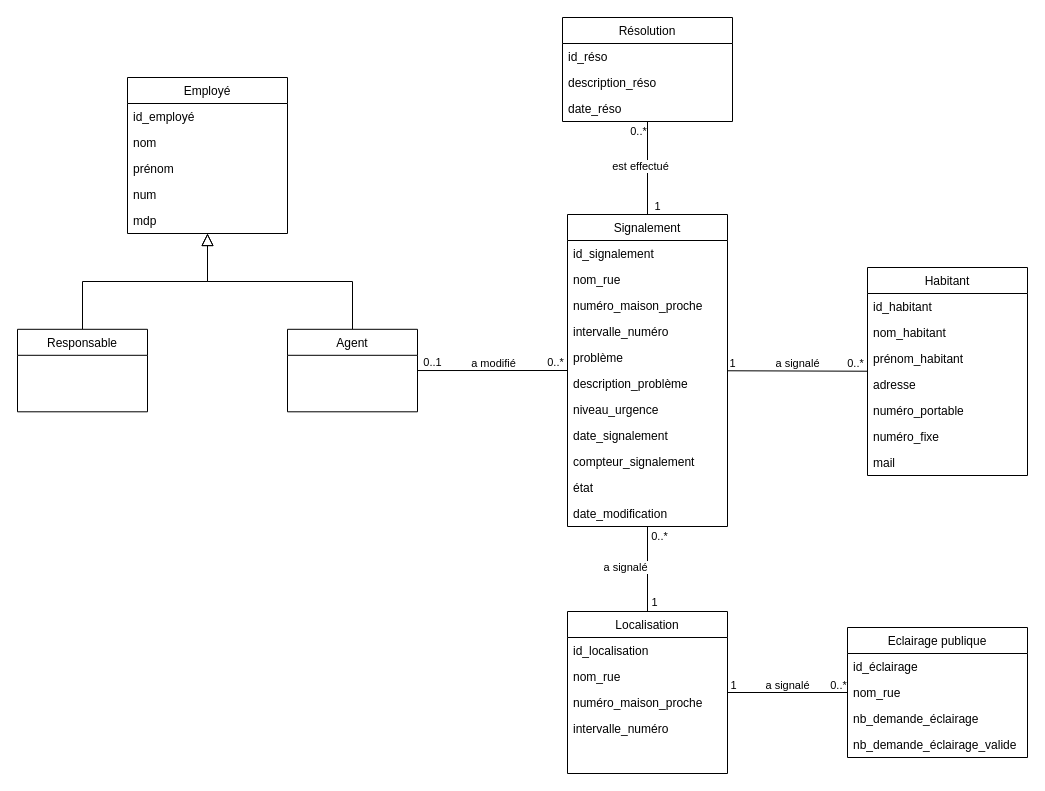
Before: projet_v4.drawio in Igniiis/CSI_Projet, a draw.io diagram. Source tidied: cells renumbered, new cells numbered last; positions are measured from the earlier drawing's top-left corner, leaving out a move shared by most shapes. Both pictures are drawn from the tidied source at 100%, with x=0, y=0 at pixel (17, 17).
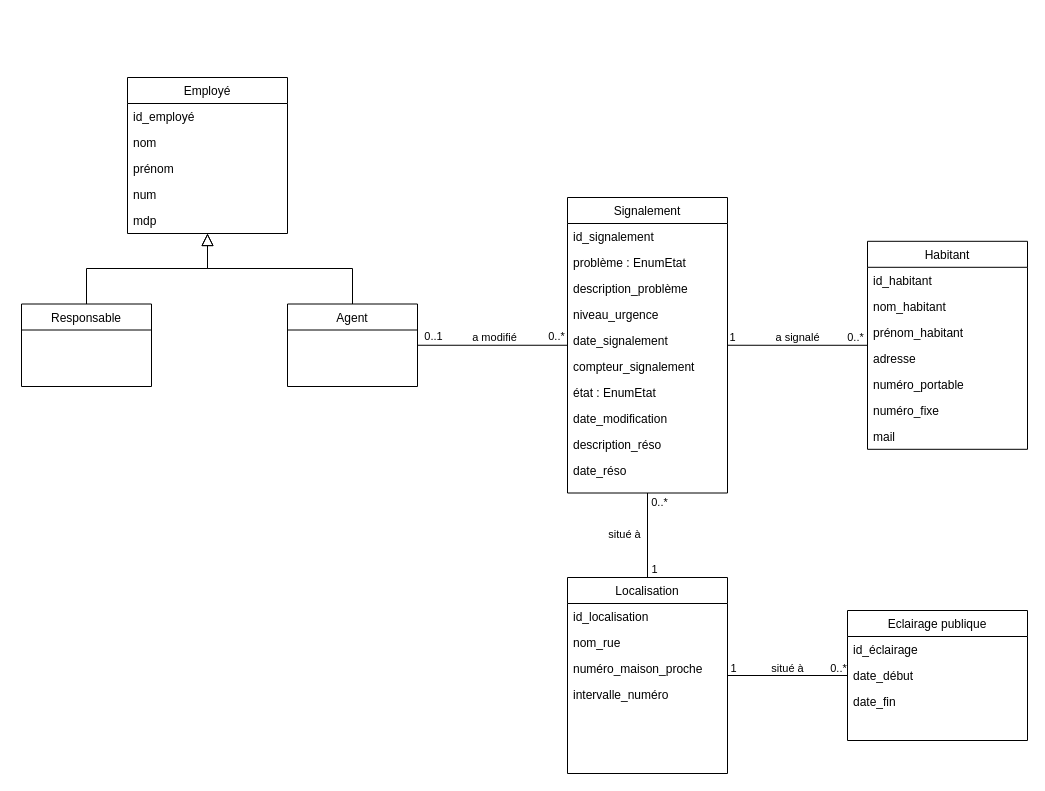
Above is the later version.

Commit message:
Mettre à jour projet_v4.drawio

The change refers to these unchanged cells:
```xml
<mxCell id="58" style="endArrow=none;html=1;rounded=0;" parent="1" edge="1" source="53" target="24">
  <mxGeometry relative="1" as="geometry" />
</mxCell>
<mxCell id="62" style="endArrow=none;html=1;rounded=0;" parent="1" edge="1" source="53" target="3">
  <mxGeometry relative="1" as="geometry" />
</mxCell>
```

Diff of the diagram source:
```diff
@@
     <mxCell id="3" value="Signalement" style="swimlane;fontStyle=0;align=center;verticalAlign=top;horizontal=1;startSize=26;rounded=0;shadow=0;strokeWidth=1;" parent="1" vertex="1">
-      <mxGeometry x="550" y="197" width="160" height="312" as="geometry" />
+      <mxGeometry x="550" y="180" width="160" height="295.5" as="geometry" />
     </mxCell>
@@
-    <mxCell id="5" value="nom_rue" style="text;align=left;verticalAlign=top;spacingLeft=4;spacingRight=4;overflow=hidden;" parent="3" vertex="1">
-      <mxGeometry y="52" width="160" height="26" as="geometry" />
-    </mxCell>
-    <mxCell id="6" value="numéro_maison_proche" style="text;align=left;verticalAlign=top;spacingLeft=4;spacingRight=4;overflow=hidden;rounded=0;shadow=0;html=0;" parent="3" vertex="1">
-      <mxGeometry y="78" width="160" height="26" as="geometry" />
-    </mxCell>
-    <mxCell id="7" value="intervalle_numéro" style="text;align=left;verticalAlign=top;spacingLeft=4;spacingRight=4;overflow=hidden;rounded=0;shadow=0;html=0;" parent="3" vertex="1">
-      <mxGeometry y="104" width="160" height="26" as="geometry" />
-    </mxCell>
-    <mxCell id="8" value="problème" style="text;align=left;verticalAlign=top;spacingLeft=4;spacingRight=4;overflow=hidden;rounded=0;shadow=0;html=0;" parent="3" vertex="1">
-      <mxGeometry y="130" width="160" height="26" as="geometry" />
+    <mxCell id="8" value="problème : EnumEtat" style="text;align=left;verticalAlign=top;spacingLeft=4;spacingRight=4;overflow=hidden;rounded=0;shadow=0;html=0;" parent="3" vertex="1">
+      <mxGeometry y="52" width="160" height="26" as="geometry" />
     </mxCell>
     <mxCell id="9" value="description_problème" style="text;align=left;verticalAlign=top;spacingLeft=4;spacingRight=4;overflow=hidden;rounded=0;shadow=0;html=0;" parent="3" vertex="1">
-      <mxGeometry y="156" width="160" height="26" as="geometry" />
+      <mxGeometry y="78" width="160" height="26" as="geometry" />
     </mxCell>
     <mxCell id="10" value="niveau_urgence" style="text;align=left;verticalAlign=top;spacingLeft=4;spacingRight=4;overflow=hidden;" parent="3" vertex="1">
-      <mxGeometry y="182" width="160" height="26" as="geometry" />
+      <mxGeometry y="104" width="160" height="26" as="geometry" />
     </mxCell>
     <mxCell id="11" value="date_signalement" style="text;align=left;verticalAlign=top;spacingLeft=4;spacingRight=4;overflow=hidden;" parent="3" vertex="1">
-      <mxGeometry y="208" width="160" height="26" as="geometry" />
+      <mxGeometry y="130" width="160" height="26" as="geometry" />
     </mxCell>
     <mxCell id="12" value="compteur_signalement" style="text;align=left;verticalAlign=top;spacingLeft=4;spacingRight=4;overflow=hidden;" parent="3" vertex="1">
-      <mxGeometry y="234" width="160" height="26" as="geometry" />
+      <mxGeometry y="156" width="160" height="26" as="geometry" />
     </mxCell>
-    <mxCell id="13" value="état" style="text;align=left;verticalAlign=top;spacingLeft=4;spacingRight=4;overflow=hidden;" parent="3" vertex="1">
-      <mxGeometry y="260" width="160" height="26" as="geometry" />
+    <mxCell id="13" value="état : EnumEtat" style="text;align=left;verticalAlign=top;spacingLeft=4;spacingRight=4;overflow=hidden;" parent="3" vertex="1">
+      <mxGeometry y="182" width="160" height="26" as="geometry" />
     </mxCell>
     <mxCell id="14" value="date_modification" style="text;align=left;verticalAlign=top;spacingLeft=4;spacingRight=4;overflow=hidden;" parent="3" vertex="1">
-      <mxGeometry y="286" width="160" height="26" as="geometry" />
+      <mxGeometry y="208" width="160" height="26" as="geometry" />
     </mxCell>
+    <mxCell id="47" value="description_réso" style="text;align=left;verticalAlign=top;spacingLeft=4;spacingRight=4;overflow=hidden;" parent="3" vertex="1">
+      <mxGeometry y="234" width="160" height="26" as="geometry" />
+    </mxCell>
+    <mxCell id="48" value="date_réso" style="text;align=left;verticalAlign=top;spacingLeft=4;spacingRight=4;overflow=hidden;" parent="3" vertex="1">
+      <mxGeometry y="260" width="160" height="26" as="geometry" />
+    </mxCell>
     <mxCell id="15" value="Habitant" style="swimlane;fontStyle=0;align=center;verticalAlign=top;horizontal=1;startSize=26;rounded=0;shadow=0;strokeWidth=1;" parent="1" vertex="1">
-      <mxGeometry x="850" y="250" width="160" height="208" as="geometry" />
+      <mxGeometry x="850" y="223.8" width="160" height="208" as="geometry" />
     </mxCell>
@@
     <mxCell id="23" value="Agent" style="swimlane;fontStyle=0;align=center;verticalAlign=top;horizontal=1;startSize=26;rounded=0;shadow=0;strokeWidth=1;" parent="1" vertex="1">
-      <mxGeometry x="270" y="311.8" width="130" height="82.5" as="geometry" />
+      <mxGeometry x="270" y="286.5" width="130" height="82.5" as="geometry" />
     </mxCell>
     <mxCell id="24" value="Eclairage publique" style="swimlane;fontStyle=0;align=center;verticalAlign=top;horizontal=1;startSize=26;rounded=0;shadow=0;strokeWidth=1;" parent="1" vertex="1">
-      <mxGeometry x="830" y="610" width="180" height="130" as="geometry" />
+      <mxGeometry x="830" y="593" width="180" height="130" as="geometry" />
     </mxCell>
@@
-    <mxCell id="26" value="nom_rue" style="text;align=left;verticalAlign=top;spacingLeft=4;spacingRight=4;overflow=hidden;" parent="24" vertex="1">
-      <mxGeometry y="52" width="180" height="26" as="geometry" />
-    </mxCell>
-    <mxCell id="27" value="nb_demande_éclairage" style="text;align=left;verticalAlign=top;spacingLeft=4;spacingRight=4;overflow=hidden;rounded=0;shadow=0;html=0;" parent="24" vertex="1">
-      <mxGeometry y="78" width="180" height="26" as="geometry" />
-    </mxCell>
-    <mxCell id="28" value="nb_demande_éclairage_valide" style="text;align=left;verticalAlign=top;spacingLeft=4;spacingRight=4;overflow=hidden;rounded=0;shadow=0;html=0;" parent="24" vertex="1">
-      <mxGeometry y="104" width="180" height="26" as="geometry" />
+    <mxCell id="28" value="date_début" style="text;align=left;verticalAlign=top;spacingLeft=4;spacingRight=4;overflow=hidden;rounded=0;shadow=0;html=0;" parent="24" vertex="1">
+      <mxGeometry y="52" width="180" height="26" as="geometry" />
     </mxCell>
+    <mxCell id="66" value="date_fin" style="text;align=left;verticalAlign=top;spacingLeft=4;spacingRight=4;overflow=hidden;rounded=0;shadow=0;html=0;" parent="24" vertex="1">
+      <mxGeometry y="78" width="180" height="26" as="geometry" />
+    </mxCell>
@@
     <mxCell id="44" value="Responsable" style="swimlane;fontStyle=0;align=center;verticalAlign=top;horizontal=1;startSize=26;rounded=0;shadow=0;strokeWidth=1;" parent="1" vertex="1">
-      <mxGeometry y="311.8" width="130" height="82.5" as="geometry" />
+      <mxGeometry x="4" y="286.5" width="130" height="82.5" as="geometry" />
     </mxCell>
-    <mxCell id="45" value="Résolution" style="swimlane;fontStyle=0;align=center;verticalAlign=top;horizontal=1;startSize=26;rounded=0;shadow=0;strokeWidth=1;" parent="1" vertex="1">
-      <mxGeometry x="545" width="170" height="104" as="geometry" />
-    </mxCell>
-    <mxCell id="46" value="id_réso" style="text;align=left;verticalAlign=top;spacingLeft=4;spacingRight=4;overflow=hidden;" parent="45" vertex="1">
-      <mxGeometry y="26" width="170" height="26" as="geometry" />
-    </mxCell>
-    <mxCell id="47" value="description_réso" style="text;align=left;verticalAlign=top;spacingLeft=4;spacingRight=4;overflow=hidden;" parent="45" vertex="1">
-      <mxGeometry y="52" width="170" height="26" as="geometry" />
-    </mxCell>
-    <mxCell id="48" value="date_réso" style="text;align=left;verticalAlign=top;spacingLeft=4;spacingRight=4;overflow=hidden;" parent="45" vertex="1">
-      <mxGeometry y="78" width="170" height="26" as="geometry" />
-    </mxCell>
-    <mxCell id="49" style="endArrow=none;html=1;rounded=0;" parent="1" edge="1" source="45" target="3">
-      <mxGeometry relative="1" as="geometry" />
-    </mxCell>
-    <mxCell id="50" value="0..*" style="edgeLabel;html=1;align=center;verticalAlign=middle;" parent="49" vertex="1">
-      <mxGeometry x="0.76" y="1" relative="1" as="geometry">
-        <mxPoint x="-11" y="-73" as="offset" />
-      </mxGeometry>
-    </mxCell>
-    <mxCell id="51" value="1" style="edgeLabel;html=1;align=center;verticalAlign=middle;" parent="49" vertex="1">
-      <mxGeometry x="0.86" relative="1" as="geometry">
-        <mxPoint x="9" y="-2" as="offset" />
-      </mxGeometry>
-    </mxCell>
-    <mxCell id="52" value="est effectué" style="edgeLabel;html=1;align=center;verticalAlign=middle;" parent="49" vertex="1">
-      <mxGeometry x="0.12" relative="1" as="geometry">
-        <mxPoint x="-8" y="-8" as="offset" />
-      </mxGeometry>
-    </mxCell>
     <mxCell id="53" value="Localisation" style="swimlane;fontStyle=0;align=center;verticalAlign=top;horizontal=1;startSize=26;rounded=0;shadow=0;strokeWidth=1;" parent="1" vertex="1">
-      <mxGeometry x="550" y="594" width="160" height="162" as="geometry" />
+      <mxGeometry x="550" y="560" width="160" height="196" as="geometry" />
     </mxCell>
@@
-    <mxCell id="61" value="a signalé" style="edgeLabel;html=1;align=center;verticalAlign=middle;" parent="58" vertex="1">
+    <mxCell id="61" value="situé à" style="edgeLabel;html=1;align=center;verticalAlign=middle;" parent="58" vertex="1">
       <mxGeometry x="0.12" relative="1" as="geometry">
         <mxPoint x="-8" y="-8" as="offset" />
       </mxGeometry>
     </mxCell>
@@
-    <mxCell id="65" value="a signalé" style="edgeLabel;html=1;align=center;verticalAlign=middle;" parent="62" vertex="1">
+    <mxCell id="65" value="situé à" style="edgeLabel;html=1;align=center;verticalAlign=middle;" parent="62" vertex="1">
       <mxGeometry x="0.12" relative="1" as="geometry">
-        <mxPoint x="-23" y="3" as="offset" />
+        <mxPoint x="-24" y="3" as="offset" />
       </mxGeometry>
     </mxCell>
```
